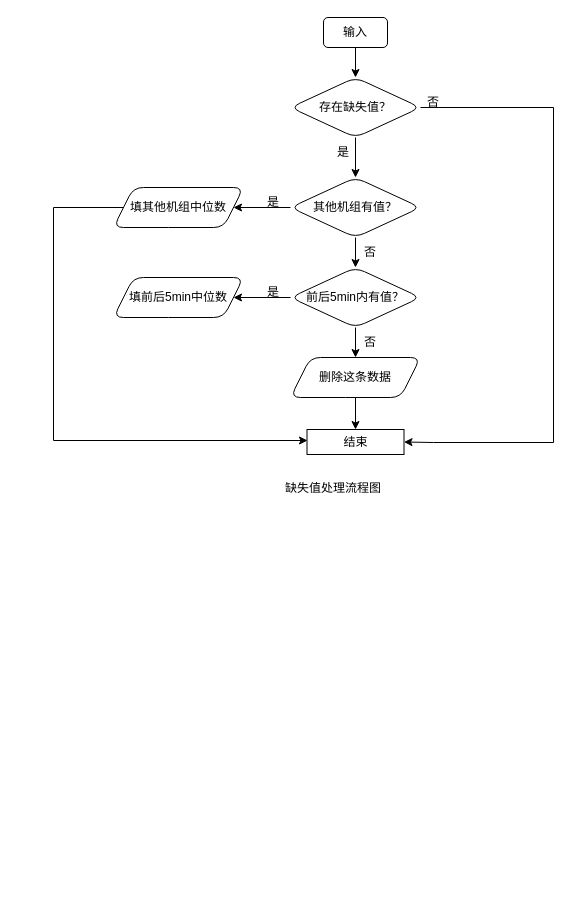
Wu-Xiang123/Hello-GItHub keeps this draw.io diagram as Untitled Diagram2.drawio. Above is the earlier version. Source tidied: cells renumbered, new cells numbered last; positions are measured from the earlier drawing's top-left corner, leaving out a move shared by most shapes. Both pictures are drawn from the tidied source at 100%, with x=0, y=0 at pixel (53, 17).
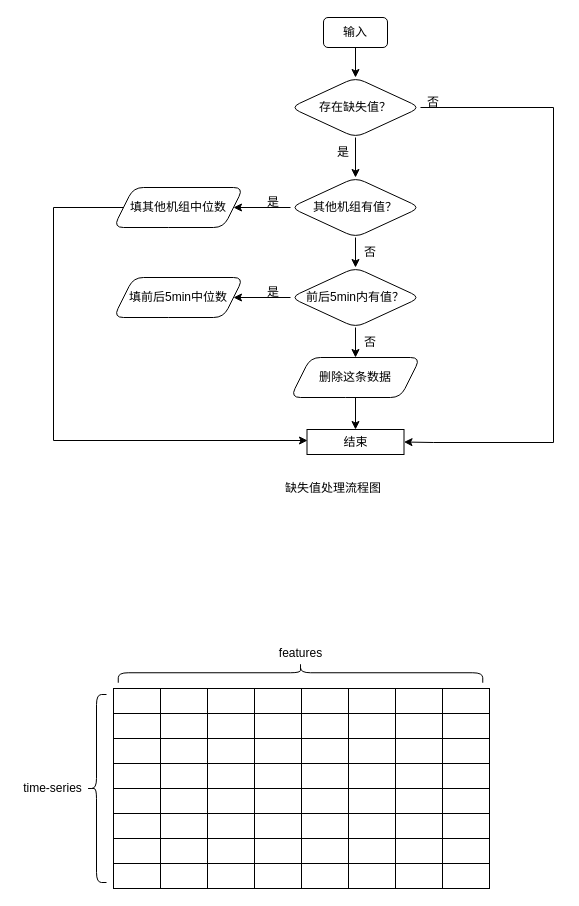
After the change.

Diff of the diagram source:
```diff
@@
+    <mxCell id="26" style="rounded=0;whiteSpace=wrap;html=1;" parent="1" vertex="1">
+      <mxGeometry x="60" y="671" width="47" height="25" as="geometry" />
+    </mxCell>
+    <mxCell id="27" style="rounded=0;whiteSpace=wrap;html=1;" parent="1" vertex="1">
+      <mxGeometry x="107" y="671" width="47" height="25" as="geometry" />
+    </mxCell>
+    <mxCell id="28" style="rounded=0;whiteSpace=wrap;html=1;" parent="1" vertex="1">
+      <mxGeometry x="154" y="671" width="47" height="25" as="geometry" />
+    </mxCell>
+    <mxCell id="29" style="rounded=0;whiteSpace=wrap;html=1;" parent="1" vertex="1">
+      <mxGeometry x="201" y="671" width="47" height="25" as="geometry" />
+    </mxCell>
+    <mxCell id="30" style="rounded=0;whiteSpace=wrap;html=1;" parent="1" vertex="1">
+      <mxGeometry x="248" y="671" width="47" height="25" as="geometry" />
+    </mxCell>
+    <mxCell id="31" style="rounded=0;whiteSpace=wrap;html=1;" parent="1" vertex="1">
+      <mxGeometry x="295" y="671" width="47" height="25" as="geometry" />
+    </mxCell>
+    <mxCell id="32" style="rounded=0;whiteSpace=wrap;html=1;" parent="1" vertex="1">
+      <mxGeometry x="342" y="671" width="47" height="25" as="geometry" />
+    </mxCell>
+    <mxCell id="33" style="rounded=0;whiteSpace=wrap;html=1;" parent="1" vertex="1">
+      <mxGeometry x="389" y="671" width="47" height="25" as="geometry" />
+    </mxCell>
+    <mxCell id="34" style="rounded=0;whiteSpace=wrap;html=1;" parent="1" vertex="1">
+      <mxGeometry x="60" y="696" width="47" height="25" as="geometry" />
+    </mxCell>
+    <mxCell id="35" style="rounded=0;whiteSpace=wrap;html=1;" parent="1" vertex="1">
+      <mxGeometry x="107" y="696" width="47" height="25" as="geometry" />
+    </mxCell>
+    <mxCell id="36" style="rounded=0;whiteSpace=wrap;html=1;" parent="1" vertex="1">
+      <mxGeometry x="154" y="696" width="47" height="25" as="geometry" />
+    </mxCell>
+    <mxCell id="37" style="rounded=0;whiteSpace=wrap;html=1;" parent="1" vertex="1">
+      <mxGeometry x="201" y="696" width="47" height="25" as="geometry" />
+    </mxCell>
+    <mxCell id="38" style="rounded=0;whiteSpace=wrap;html=1;" parent="1" vertex="1">
+      <mxGeometry x="248" y="696" width="47" height="25" as="geometry" />
+    </mxCell>
+    <mxCell id="39" style="rounded=0;whiteSpace=wrap;html=1;" parent="1" vertex="1">
+      <mxGeometry x="295" y="696" width="47" height="25" as="geometry" />
+    </mxCell>
+    <mxCell id="40" style="rounded=0;whiteSpace=wrap;html=1;" parent="1" vertex="1">
+      <mxGeometry x="342" y="696" width="47" height="25" as="geometry" />
+    </mxCell>
+    <mxCell id="41" style="rounded=0;whiteSpace=wrap;html=1;" parent="1" vertex="1">
+      <mxGeometry x="389" y="696" width="47" height="25" as="geometry" />
+    </mxCell>
+    <mxCell id="42" style="rounded=0;whiteSpace=wrap;html=1;" parent="1" vertex="1">
+      <mxGeometry x="60" y="721" width="47" height="25" as="geometry" />
+    </mxCell>
+    <mxCell id="43" style="rounded=0;whiteSpace=wrap;html=1;" parent="1" vertex="1">
+      <mxGeometry x="107" y="721" width="47" height="25" as="geometry" />
+    </mxCell>
+    <mxCell id="44" style="rounded=0;whiteSpace=wrap;html=1;" parent="1" vertex="1">
+      <mxGeometry x="154" y="721" width="47" height="25" as="geometry" />
+    </mxCell>
+    <mxCell id="45" style="rounded=0;whiteSpace=wrap;html=1;" parent="1" vertex="1">
+      <mxGeometry x="201" y="721" width="47" height="25" as="geometry" />
+    </mxCell>
+    <mxCell id="46" style="rounded=0;whiteSpace=wrap;html=1;" parent="1" vertex="1">
+      <mxGeometry x="248" y="721" width="47" height="25" as="geometry" />
+    </mxCell>
+    <mxCell id="47" style="rounded=0;whiteSpace=wrap;html=1;" parent="1" vertex="1">
+      <mxGeometry x="295" y="721" width="47" height="25" as="geometry" />
+    </mxCell>
+    <mxCell id="48" style="rounded=0;whiteSpace=wrap;html=1;" parent="1" vertex="1">
+      <mxGeometry x="342" y="721" width="47" height="25" as="geometry" />
+    </mxCell>
+    <mxCell id="49" style="rounded=0;whiteSpace=wrap;html=1;" parent="1" vertex="1">
+      <mxGeometry x="389" y="721" width="47" height="25" as="geometry" />
+    </mxCell>
+    <mxCell id="50" style="rounded=0;whiteSpace=wrap;html=1;" parent="1" vertex="1">
+      <mxGeometry x="60" y="746" width="47" height="25" as="geometry" />
+    </mxCell>
+    <mxCell id="51" style="rounded=0;whiteSpace=wrap;html=1;" parent="1" vertex="1">
+      <mxGeometry x="107" y="746" width="47" height="25" as="geometry" />
+    </mxCell>
+    <mxCell id="52" style="rounded=0;whiteSpace=wrap;html=1;" parent="1" vertex="1">
+      <mxGeometry x="154" y="746" width="47" height="25" as="geometry" />
+    </mxCell>
+    <mxCell id="53" style="rounded=0;whiteSpace=wrap;html=1;" parent="1" vertex="1">
+      <mxGeometry x="201" y="746" width="47" height="25" as="geometry" />
+    </mxCell>
+    <mxCell id="54" style="rounded=0;whiteSpace=wrap;html=1;" parent="1" vertex="1">
+      <mxGeometry x="248" y="746" width="47" height="25" as="geometry" />
+    </mxCell>
+    <mxCell id="55" style="rounded=0;whiteSpace=wrap;html=1;" parent="1" vertex="1">
+      <mxGeometry x="295" y="746" width="47" height="25" as="geometry" />
+    </mxCell>
+    <mxCell id="56" style="rounded=0;whiteSpace=wrap;html=1;" parent="1" vertex="1">
+      <mxGeometry x="342" y="746" width="47" height="25" as="geometry" />
+    </mxCell>
+    <mxCell id="57" style="rounded=0;whiteSpace=wrap;html=1;" parent="1" vertex="1">
+      <mxGeometry x="389" y="746" width="47" height="25" as="geometry" />
+    </mxCell>
+    <mxCell id="58" style="rounded=0;whiteSpace=wrap;html=1;" parent="1" vertex="1">
+      <mxGeometry x="60" y="771" width="47" height="25" as="geometry" />
+    </mxCell>
+    <mxCell id="59" style="rounded=0;whiteSpace=wrap;html=1;" parent="1" vertex="1">
+      <mxGeometry x="107" y="771" width="47" height="25" as="geometry" />
+    </mxCell>
+    <mxCell id="60" style="rounded=0;whiteSpace=wrap;html=1;" parent="1" vertex="1">
+      <mxGeometry x="154" y="771" width="47" height="25" as="geometry" />
+    </mxCell>
+    <mxCell id="61" style="rounded=0;whiteSpace=wrap;html=1;" parent="1" vertex="1">
+      <mxGeometry x="201" y="771" width="47" height="25" as="geometry" />
+    </mxCell>
+    <mxCell id="62" style="rounded=0;whiteSpace=wrap;html=1;" parent="1" vertex="1">
+      <mxGeometry x="248" y="771" width="47" height="25" as="geometry" />
+    </mxCell>
+    <mxCell id="63" style="rounded=0;whiteSpace=wrap;html=1;" parent="1" vertex="1">
+      <mxGeometry x="295" y="771" width="47" height="25" as="geometry" />
+    </mxCell>
+    <mxCell id="64" style="rounded=0;whiteSpace=wrap;html=1;" parent="1" vertex="1">
+      <mxGeometry x="342" y="771" width="47" height="25" as="geometry" />
+    </mxCell>
+    <mxCell id="65" style="rounded=0;whiteSpace=wrap;html=1;" parent="1" vertex="1">
+      <mxGeometry x="389" y="771" width="47" height="25" as="geometry" />
+    </mxCell>
+    <mxCell id="66" style="rounded=0;whiteSpace=wrap;html=1;" parent="1" vertex="1">
+      <mxGeometry x="60" y="796" width="47" height="25" as="geometry" />
+    </mxCell>
+    <mxCell id="67" style="rounded=0;whiteSpace=wrap;html=1;" parent="1" vertex="1">
+      <mxGeometry x="107" y="796" width="47" height="25" as="geometry" />
+    </mxCell>
+    <mxCell id="68" style="rounded=0;whiteSpace=wrap;html=1;" parent="1" vertex="1">
+      <mxGeometry x="154" y="796" width="47" height="25" as="geometry" />
+    </mxCell>
+    <mxCell id="69" style="rounded=0;whiteSpace=wrap;html=1;" parent="1" vertex="1">
+      <mxGeometry x="201" y="796" width="47" height="25" as="geometry" />
+    </mxCell>
+    <mxCell id="70" style="rounded=0;whiteSpace=wrap;html=1;" parent="1" vertex="1">
+      <mxGeometry x="248" y="796" width="47" height="25" as="geometry" />
+    </mxCell>
+    <mxCell id="71" style="rounded=0;whiteSpace=wrap;html=1;" parent="1" vertex="1">
+      <mxGeometry x="295" y="796" width="47" height="25" as="geometry" />
+    </mxCell>
+    <mxCell id="72" style="rounded=0;whiteSpace=wrap;html=1;" parent="1" vertex="1">
+      <mxGeometry x="342" y="796" width="47" height="25" as="geometry" />
+    </mxCell>
+    <mxCell id="73" style="rounded=0;whiteSpace=wrap;html=1;" parent="1" vertex="1">
+      <mxGeometry x="389" y="796" width="47" height="25" as="geometry" />
+    </mxCell>
+    <mxCell id="74" style="rounded=0;whiteSpace=wrap;html=1;" parent="1" vertex="1">
+      <mxGeometry x="60" y="821" width="47" height="25" as="geometry" />
+    </mxCell>
+    <mxCell id="75" style="rounded=0;whiteSpace=wrap;html=1;" parent="1" vertex="1">
+      <mxGeometry x="107" y="821" width="47" height="25" as="geometry" />
+    </mxCell>
+    <mxCell id="76" style="rounded=0;whiteSpace=wrap;html=1;" parent="1" vertex="1">
+      <mxGeometry x="154" y="821" width="47" height="25" as="geometry" />
+    </mxCell>
+    <mxCell id="77" style="rounded=0;whiteSpace=wrap;html=1;" parent="1" vertex="1">
+      <mxGeometry x="201" y="821" width="47" height="25" as="geometry" />
+    </mxCell>
+    <mxCell id="78" style="rounded=0;whiteSpace=wrap;html=1;" parent="1" vertex="1">
+      <mxGeometry x="248" y="821" width="47" height="25" as="geometry" />
+    </mxCell>
+    <mxCell id="79" style="rounded=0;whiteSpace=wrap;html=1;" parent="1" vertex="1">
+      <mxGeometry x="295" y="821" width="47" height="25" as="geometry" />
+    </mxCell>
+    <mxCell id="80" style="rounded=0;whiteSpace=wrap;html=1;" parent="1" vertex="1">
+      <mxGeometry x="342" y="821" width="47" height="25" as="geometry" />
+    </mxCell>
+    <mxCell id="81" style="rounded=0;whiteSpace=wrap;html=1;" parent="1" vertex="1">
+      <mxGeometry x="389" y="821" width="47" height="25" as="geometry" />
+    </mxCell>
+    <mxCell id="82" style="rounded=0;whiteSpace=wrap;html=1;" parent="1" vertex="1">
+      <mxGeometry x="60" y="846" width="47" height="25" as="geometry" />
+    </mxCell>
+    <mxCell id="83" style="rounded=0;whiteSpace=wrap;html=1;" parent="1" vertex="1">
+      <mxGeometry x="107" y="846" width="47" height="25" as="geometry" />
+    </mxCell>
+    <mxCell id="84" style="rounded=0;whiteSpace=wrap;html=1;" parent="1" vertex="1">
+      <mxGeometry x="154" y="846" width="47" height="25" as="geometry" />
+    </mxCell>
+    <mxCell id="85" style="rounded=0;whiteSpace=wrap;html=1;" parent="1" vertex="1">
+      <mxGeometry x="201" y="846" width="47" height="25" as="geometry" />
+    </mxCell>
+    <mxCell id="86" style="rounded=0;whiteSpace=wrap;html=1;" parent="1" vertex="1">
+      <mxGeometry x="248" y="846" width="47" height="25" as="geometry" />
+    </mxCell>
+    <mxCell id="87" style="rounded=0;whiteSpace=wrap;html=1;" parent="1" vertex="1">
+      <mxGeometry x="295" y="846" width="47" height="25" as="geometry" />
+    </mxCell>
+    <mxCell id="88" style="rounded=0;whiteSpace=wrap;html=1;" parent="1" vertex="1">
+      <mxGeometry x="342" y="846" width="47" height="25" as="geometry" />
+    </mxCell>
+    <mxCell id="89" style="rounded=0;whiteSpace=wrap;html=1;" parent="1" vertex="1">
+      <mxGeometry x="389" y="846" width="47" height="25" as="geometry" />
+    </mxCell>
+    <mxCell id="90" style="shape=curlyBracket;whiteSpace=wrap;html=1;rounded=1;rotation=90;" parent="1" vertex="1">
+      <mxGeometry x="237" y="473" width="20" height="364.5" as="geometry" />
+    </mxCell>
+    <mxCell id="91" style="shape=curlyBracket;whiteSpace=wrap;html=1;rounded=1;" parent="1" vertex="1">
+      <mxGeometry x="33" y="677" width="20" height="188" as="geometry" />
+    </mxCell>
+    <mxCell id="92" value="features" style="text;html=1;align=center;verticalAlign=middle;strokeColor=none;fillColor=none;" parent="1" vertex="1">
+      <mxGeometry x="220.5" y="627" width="53" height="18" as="geometry" />
+    </mxCell>
+    <mxCell id="93" value="time-series" style="text;html=1;align=center;verticalAlign=middle;strokeColor=none;fillColor=none;" parent="1" vertex="1">
+      <mxGeometry x="-36" y="762" width="69" height="18" as="geometry" />
+    </mxCell>
```
